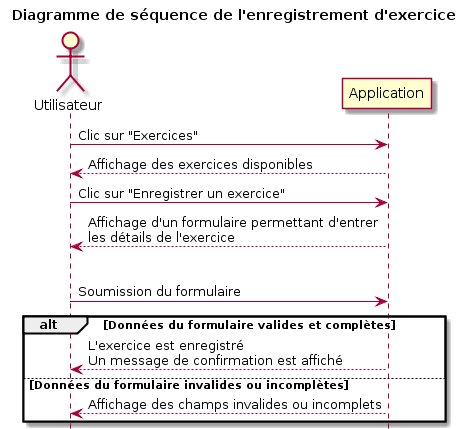
This is diagrams/images/EnregistrementExercice.png from SharafGabel/GYMTONIK, a PlantUML export, as it was before one commit. Source of this version:
```plantuml
@startuml
hide footbox
actor Utilisateur

title Diagramme de séquence de l'enregistrement d'exercice

Utilisateur -> Application: Clic sur "Exercices"
Utilisateur <-- Application: Affichage des exercices disponibles

Utilisateur -> Application: Clic sur "Enregistrer un exercice"
Utilisateur <-- Application: Affichage d'un formulaire permettant d'entrer\nles détails de l'exercice
|||
Utilisateur -> Application: Soumission du formulaire

alt Données du formulaire valides et complètes

    Utilisateur <-- Application: L'exercice est enregistré\nUn message de confirmation est affiché

else Données du formulaire invalides ou incomplètes

    Utilisateur <-- Application: Affichage des champs invalides ou incomplets
end
@enduml
```
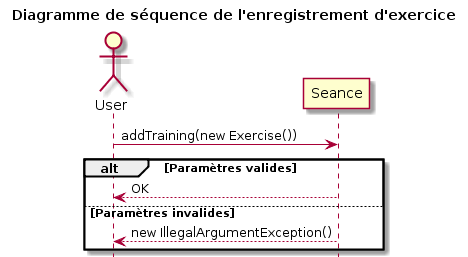
After the commit.

The edit, as a diff of the source:
```diff
@@ -1,23 +1,14 @@
 @startuml
 hide footbox
-actor Utilisateur
+actor User
 
 title Diagramme de séquence de l'enregistrement d'exercice
 
-Utilisateur -> Application: Clic sur "Exercices"
-Utilisateur <-- Application: Affichage des exercices disponibles
+User -> Seance: addTraining(new Exercise())
 
-Utilisateur -> Application: Clic sur "Enregistrer un exercice"
-Utilisateur <-- Application: Affichage d'un formulaire permettant d'entrer\nles détails de l'exercice
-|||
-Utilisateur -> Application: Soumission du formulaire
-
-alt Données du formulaire valides et complètes
-
-    Utilisateur <-- Application: L'exercice est enregistré\nUn message de confirmation est affiché
-
-else Données du formulaire invalides ou incomplètes
-
-    Utilisateur <-- Application: Affichage des champs invalides ou incomplets
+alt Paramètres valides
+    User <-- Seance: OK
+else Paramètres invalides
+    User <-- Seance: new IllegalArgumentException()
 end
 @enduml
```
